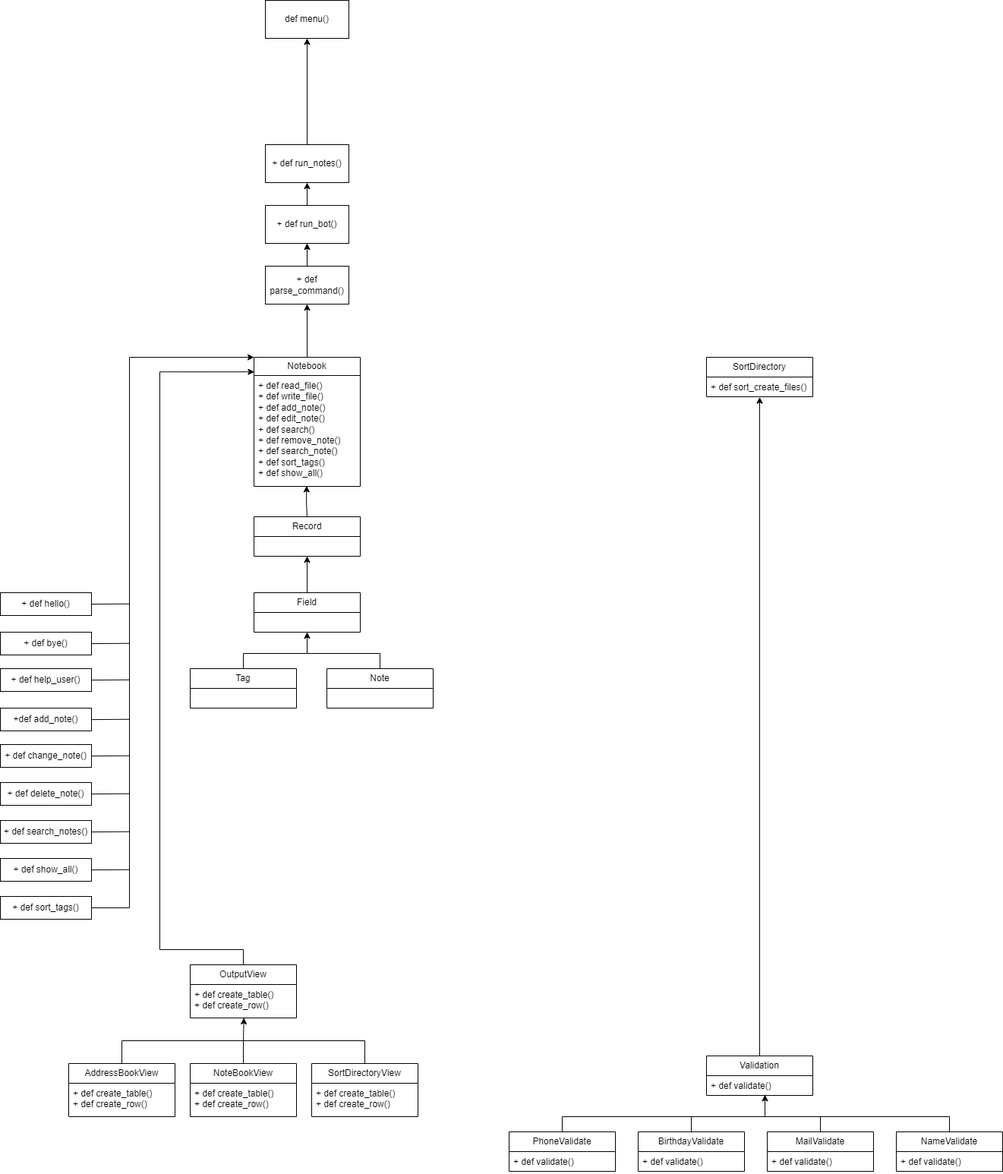
Above: Untitled Diagram.drawio.png in dragomar14/WEB-HW-01 (draw.io), before the change. Source tidied: cells renumbered, new cells last; positions are measured from the earlier drawing's top-left corner, leaving out a move shared by most shapes.
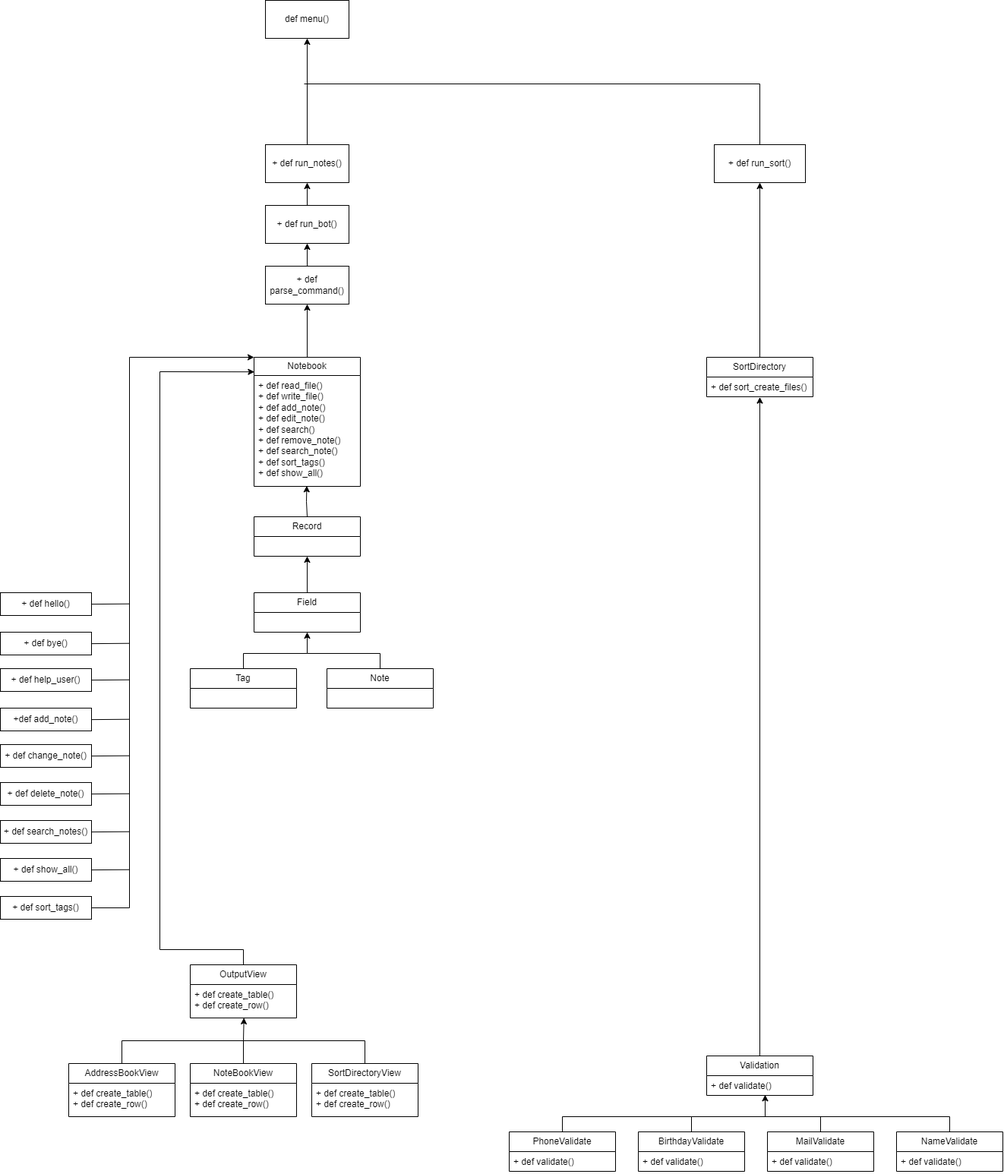
After the change.

Change to the diagram source:
```diff
@@ -248,6 +248,9 @@
     <mxCell id="61" value="+ def validate()" style="text;strokeColor=none;fillColor=none;align=left;verticalAlign=top;spacingLeft=4;spacingRight=4;overflow=hidden;points=[[0,0.5],[1,0.5]];portConstraint=eastwest;whiteSpace=wrap;html=1;" parent="60" vertex="1">
       <mxGeometry y="26" width="140" height="26" as="geometry" />
     </mxCell>
+    <mxCell id="67" style="edgeStyle=orthogonalEdgeStyle;rounded=0;jettySize=auto;html=1;exitX=0.5;exitY=0;exitDx=0;exitDy=0;entryX=0.5;entryY=1;entryDx=0;entryDy=0;" parent="1" edge="1" source="62" target="68">
+      <mxGeometry relative="1" as="geometry" />
+    </mxCell>
     <mxCell id="62" value="SortDirectory" style="swimlane;fontStyle=0;horizontal=1;startSize=26;fillColor=none;whiteSpace=wrap;html=1;" parent="1" vertex="1">
       <mxGeometry x="930" y="470" width="140" height="52" as="geometry" />
     </mxCell>
@@ -276,5 +279,17 @@
         <mxPoint x="1080" y="1470" as="targetPoint" />
       </mxGeometry>
     </mxCell>
+    <mxCell id="68" value="+ def run_sort()" style="rounded=0;whiteSpace=wrap;html=1;" parent="1" vertex="1">
+      <mxGeometry x="940" y="190" width="120" height="50" as="geometry" />
+    </mxCell>
+    <mxCell id="69" style="endArrow=none;html=1;rounded=0;" parent="1" edge="1">
+      <mxGeometry relative="1" as="geometry">
+        <mxPoint x="400" y="110" as="sourcePoint" />
+        <mxPoint x="1000" y="190" as="targetPoint" />
+        <Array as="points">
+          <mxPoint x="1000" y="110" />
+        </Array>
+      </mxGeometry>
+    </mxCell>
   </root>
 </mxGraphModel>
```
